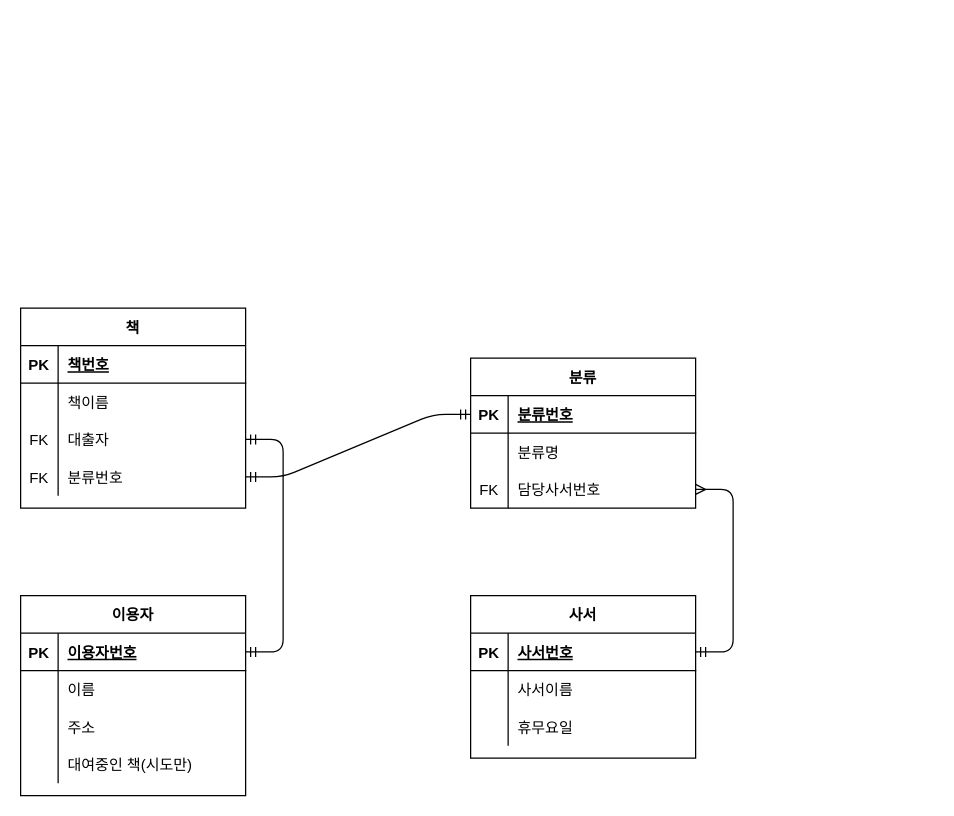
Before: basic_concept.drawio in ptkeb/0823Project, a draw.io diagram. Source tidied: cells renumbered, new cells numbered last; positions are measured from the earlier drawing's top-left corner, leaving out a move shared by most shapes. Both pictures are drawn from the tidied source at 125%, with x=0, y=0 at pixel (20, 308).
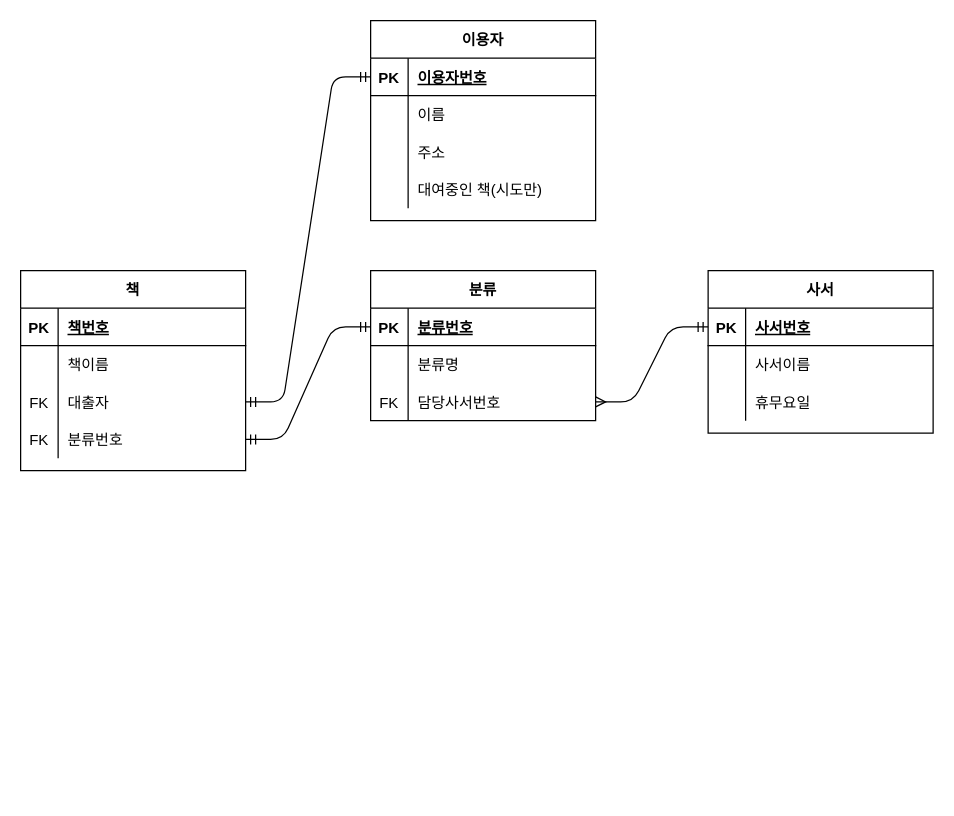
After the change.

Unchanged cells that the change refers to:
```xml
<mxCell id="9" style="shape=partialRectangle;fillColor=none;top=0;left=0;bottom=0;right=0;points=[[0,0.5],[1,0.5]];portConstraint=eastwest;" parent="2" vertex="1">
  <mxGeometry y="90" width="180" height="30" as="geometry" />
</mxCell>
<mxCell id="36" style="shape=partialRectangle;fillColor=none;top=0;left=0;bottom=1;right=0;points=[[0,0.5],[1,0.5]];portConstraint=eastwest;" parent="35" vertex="1">
  <mxGeometry y="30" width="180" height="30" as="geometry" />
</mxCell>
```

What changed in the source:
```diff
@@
     <mxCell id="2" value="책" style="shape=table;startSize=30;childLayout=tableLayout;rowLines=0;fontStyle=1;align=center;" parent="1" vertex="1">
-      <mxGeometry width="180" height="160" as="geometry" />
+      <mxGeometry y="-30" width="180" height="160" as="geometry" />
     </mxCell>
@@
     <mxCell id="15" value="분류" style="shape=table;startSize=30;childLayout=tableLayout;rowLines=0;fontStyle=1;align=center;" parent="1" vertex="1">
-      <mxGeometry x="360" y="40" width="180" height="120" as="geometry" />
+      <mxGeometry x="280" y="-30" width="180" height="120" as="geometry" />
     </mxCell>
@@
     <mxCell id="25" value="사서" style="shape=table;startSize=30;childLayout=tableLayout;rowLines=0;fontStyle=1;align=center;" parent="1" vertex="1">
-      <mxGeometry x="360" y="230" width="180" height="130" as="geometry" />
+      <mxGeometry x="550" y="-30" width="180" height="130" as="geometry" />
     </mxCell>
@@
     <mxCell id="35" value="이용자" style="shape=table;startSize=30;childLayout=tableLayout;rowLines=0;fontStyle=1;align=center;" parent="1" vertex="1">
-      <mxGeometry y="230" width="180" height="160" as="geometry" />
+      <mxGeometry x="280" y="-230" width="180" height="160" as="geometry" />
     </mxCell>
@@
+    <mxCell id="51" style="edgeStyle=orthogonalEdgeStyle;rounded=0;jettySize=auto;html=1;entryX=0;entryY=0.5;entryDx=0;entryDy=0;" parent="35" edge="1" target="36">
+      <mxGeometry relative="1" as="geometry">
+        <mxPoint y="45" as="sourcePoint" />
+      </mxGeometry>
+    </mxCell>
@@
-    <mxCell id="50" style="edgeStyle=entityRelationEdgeStyle;fontSize=12;html=1;endArrow=ERmandOne;startArrow=ERmandOne;entryX=1;entryY=0.5;entryDx=0;entryDy=0;exitX=1;exitY=0.5;exitDx=0;exitDy=0;" parent="1" edge="1" source="36" target="9">
+    <mxCell id="50" style="edgeStyle=entityRelationEdgeStyle;fontSize=12;html=1;endArrow=ERmandOne;startArrow=ERmandOne;entryX=1;entryY=0.5;entryDx=0;entryDy=0;exitX=0;exitY=0.5;exitDx=0;exitDy=0;" parent="1" edge="1" source="36" target="9">
       <mxGeometry relative="1" as="geometry" />
     </mxCell>
```
